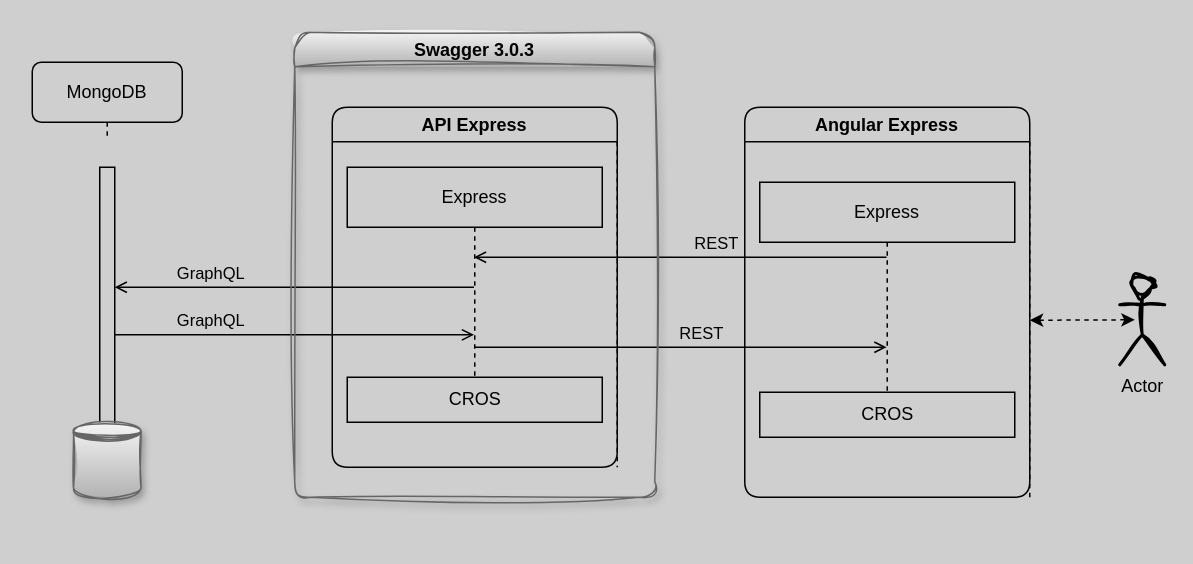
The draw.io diagram assets/architecture.drawio in karol-preiskorn/3d-inventory-api, before the edit. Source tidied: cells renumbered, new cells numbered last; positions are measured from the earlier drawing's top-left corner, leaving out a move shared by most shapes. Both pictures are drawn from the tidied source at 150%, with x=0, y=0 at pixel (32, 32).
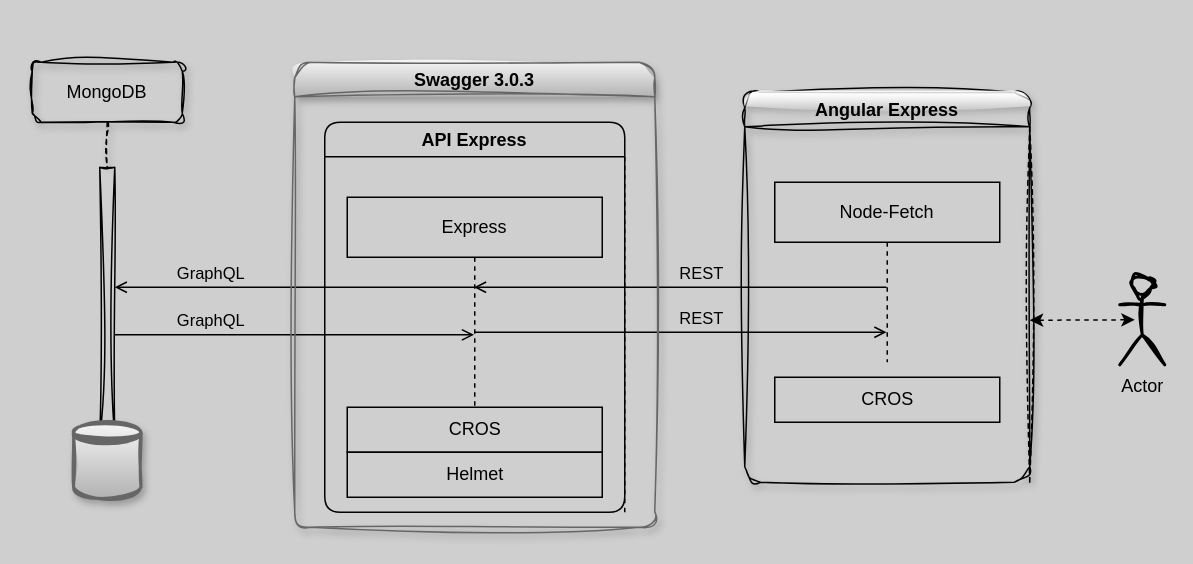
The same diagram, later.

The change refers to these unchanged cells:
```xml
<mxCell id="19" value="Express" style="shape=umlLifeline;perimeter=lifelinePerimeter;whiteSpace=wrap;html=1;outlineConnect=0;portConstraint=eastwest;newEdgeStyle={&quot;edgeStyle&quot;:&quot;elbowEdgeStyle&quot;,&quot;elbow&quot;:&quot;vertical&quot;,&quot;curved&quot;:0,&quot;rounded&quot;:0};labelBorderColor=none;labelBackgroundColor=none;fontColor=#000000;strokeColor=#000000;fillColor=none;" parent="18" vertex="1">
  <mxGeometry x="35" y="90" width="170" height="140" as="geometry" />
</mxCell>
```

Change to the diagram source:
```diff
@@
-    <mxCell id="2" value="&lt;div&gt;MongoDB&lt;/div&gt;" style="shape=umlLifeline;perimeter=lifelinePerimeter;whiteSpace=wrap;html=1;newEdgeStyle={&quot;edgeStyle&quot;:&quot;elbowEdgeStyle&quot;,&quot;elbow&quot;:&quot;vertical&quot;,&quot;curved&quot;:0,&quot;rounded&quot;:0};labelBorderColor=none;labelBackgroundColor=none;fontColor=#000000;rounded=1;fillStyle=solid;fillColor=none;strokeColor=#000000;" parent="1" vertex="1">
-      <mxGeometry y="20" width="100" height="50" as="geometry" />
+    <mxCell id="2" value="&lt;div&gt;MongoDB&lt;/div&gt;" style="shape=umlLifeline;perimeter=lifelinePerimeter;whiteSpace=wrap;html=1;newEdgeStyle={&quot;edgeStyle&quot;:&quot;elbowEdgeStyle&quot;,&quot;elbow&quot;:&quot;vertical&quot;,&quot;curved&quot;:0,&quot;rounded&quot;:0};labelBorderColor=none;labelBackgroundColor=none;fontColor=#000000;rounded=1;fillStyle=solid;fillColor=none;strokeColor=#000000;glass=1;sketch=1;curveFitting=1;jiggle=2;shadow=1;" parent="1" vertex="1">
+      <mxGeometry y="20" width="100" height="70" as="geometry" />
     </mxCell>
-    <mxCell id="3" style="html=1;points=[];perimeter=orthogonalPerimeter;outlineConnect=0;targetShapes=umlLifeline;portConstraint=eastwest;newEdgeStyle={&quot;edgeStyle&quot;:&quot;elbowEdgeStyle&quot;,&quot;elbow&quot;:&quot;vertical&quot;,&quot;curved&quot;:0,&quot;rounded&quot;:0};labelBorderColor=none;labelBackgroundColor=none;fontColor=#000000;fillColor=none;strokeColor=#000000;" parent="2" vertex="1">
+    <mxCell id="3" style="html=1;points=[];perimeter=orthogonalPerimeter;outlineConnect=0;targetShapes=umlLifeline;portConstraint=eastwest;newEdgeStyle={&quot;edgeStyle&quot;:&quot;elbowEdgeStyle&quot;,&quot;elbow&quot;:&quot;vertical&quot;,&quot;curved&quot;:0,&quot;rounded&quot;:0};labelBorderColor=none;labelBackgroundColor=none;fontColor=#000000;fillColor=none;strokeColor=#000000;strokeWidth=1;rounded=0;glass=0;sketch=1;curveFitting=1;jiggle=2;" parent="2" vertex="1">
       <mxGeometry x="45" y="70" width="10" height="180" as="geometry" />
     </mxCell>
     <mxCell id="4" value="API Express" style="swimlane;whiteSpace=wrap;html=1;rounded=1;shadow=0;labelBorderColor=none;labelBackgroundColor=none;fontColor=#000000;separatorColor=#000000;fillColor=none;strokeColor=#030303;" parent="1" vertex="1">
-      <mxGeometry x="200" y="50" width="190" height="240" as="geometry" />
+      <mxGeometry x="195" y="60" width="200" height="260" as="geometry" />
     </mxCell>
@@
-    <mxCell id="10" style="endArrow=none;html=1;endFill=0;curved=1;shadow=0;startArrow=open;startFill=0;strokeColor=#000000;strokeWidth=1;labelBorderColor=none;labelBackgroundColor=none;fontColor=#000000;" parent="1" edge="1" source="19">
+    <mxCell id="10" style="endArrow=none;html=1;endFill=0;curved=1;shadow=0;startArrow=open;startFill=0;strokeColor=#000000;strokeWidth=1;labelBorderColor=none;labelBackgroundColor=none;fontColor=#000000;" parent="1" edge="1" source="19" target="16">
       <mxGeometry relative="1" as="geometry">
-        <mxPoint x="569.5" y="150" as="targetPoint" />
         <Array as="points">
-          <mxPoint x="459" y="150" />
+          <mxPoint x="435" y="170" />
+          <mxPoint x="525" y="170" />
         </Array>
       </mxGeometry>
     </mxCell>
     <mxCell id="11" value="REST" style="edgeLabel;html=1;align=center;verticalAlign=middle;labelBorderColor=none;labelBackgroundColor=none;fontColor=#000000;" parent="10" vertex="1">
       <mxGeometry x="-0.61" y="2" relative="1" as="geometry">
-        <mxPoint x="107" y="-8" as="offset" />
+        <mxPoint x="97" y="-8" as="offset" />
       </mxGeometry>
     </mxCell>
-    <mxCell id="12" style="endArrow=open;html=1;endFill=0;shadow=0;startArrow=none;startFill=0;strokeColor=#000000;strokeWidth=1;rounded=0;labelBorderColor=none;labelBackgroundColor=none;fontColor=#000000;" parent="1" edge="1" source="19">
+    <mxCell id="12" style="endArrow=open;html=1;endFill=0;shadow=0;startArrow=none;startFill=0;strokeColor=#000000;strokeWidth=1;rounded=0;labelBorderColor=none;labelBackgroundColor=none;fontColor=#000000;" parent="1" edge="1" source="19" target="16">
       <mxGeometry relative="1" as="geometry">
-        <mxPoint x="569.5" y="210" as="targetPoint" />
         <Array as="points">
-          <mxPoint x="465" y="210" />
+          <mxPoint x="425" y="200" />
+          <mxPoint x="515" y="200" />
         </Array>
       </mxGeometry>
     </mxCell>
@@
-    <mxCell id="15" value="Angular Express" style="swimlane;whiteSpace=wrap;html=1;rounded=1;shadow=0;labelBorderColor=none;labelBackgroundColor=none;fontColor=#000000;separatorColor=#000000;fillColor=none;strokeColor=#030303;" parent="1" vertex="1">
-      <mxGeometry x="475" y="50" width="190" height="260" as="geometry" />
+    <mxCell id="15" value="Angular Express" style="swimlane;whiteSpace=wrap;html=1;rounded=1;shadow=1;labelBorderColor=none;labelBackgroundColor=none;fontColor=#000000;separatorColor=#000000;fillColor=none;strokeColor=#030303;sketch=1;curveFitting=1;jiggle=2;glass=1;" parent="1" vertex="1">
+      <mxGeometry x="475" y="40" width="190" height="260" as="geometry" />
     </mxCell>
-    <mxCell id="16" value="Express" style="shape=umlLifeline;perimeter=lifelinePerimeter;whiteSpace=wrap;html=1;outlineConnect=0;portConstraint=eastwest;newEdgeStyle={&quot;edgeStyle&quot;:&quot;elbowEdgeStyle&quot;,&quot;elbow&quot;:&quot;vertical&quot;,&quot;curved&quot;:0,&quot;rounded&quot;:0};labelBorderColor=none;labelBackgroundColor=none;fontColor=#000000;strokeColor=#000000;fillColor=none;" parent="15" vertex="1">
-      <mxGeometry x="10" y="50" width="170" height="140" as="geometry" />
+    <mxCell id="16" value="Node-Fetch" style="shape=umlLifeline;perimeter=lifelinePerimeter;whiteSpace=wrap;html=1;outlineConnect=0;portConstraint=eastwest;newEdgeStyle={&quot;edgeStyle&quot;:&quot;elbowEdgeStyle&quot;,&quot;elbow&quot;:&quot;vertical&quot;,&quot;curved&quot;:0,&quot;rounded&quot;:0};labelBorderColor=none;labelBackgroundColor=none;fontColor=#000000;strokeColor=#000000;fillColor=none;" parent="15" vertex="1">
+      <mxGeometry x="20" y="60" width="150" height="120" as="geometry" />
     </mxCell>
-    <mxCell id="17" value="CROS" style="html=1;perimeter=orthogonalPerimeter;targetShapes=umlLifeline;newEdgeStyle={&quot;edgeStyle&quot;:&quot;elbowEdgeStyle&quot;,&quot;elbow&quot;:&quot;vertical&quot;,&quot;curved&quot;:0,&quot;rounded&quot;:0};labelBorderColor=none;labelBackgroundColor=none;fontColor=#000000;fillStyle=solid;strokeColor=#000000;fillColor=none;" parent="16" vertex="1">
-      <mxGeometry y="140" width="170" height="30" as="geometry" />
+    <mxCell id="17" value="CROS" style="html=1;perimeter=orthogonalPerimeter;targetShapes=umlLifeline;newEdgeStyle={&quot;edgeStyle&quot;:&quot;elbowEdgeStyle&quot;,&quot;elbow&quot;:&quot;vertical&quot;,&quot;curved&quot;:0,&quot;rounded&quot;:0};labelBorderColor=none;labelBackgroundColor=none;fontColor=#000000;fillStyle=solid;strokeColor=#000000;fillColor=none;" parent="15" vertex="1">
+      <mxGeometry x="20" y="190" width="150" height="30" as="geometry" />
     </mxCell>
     <mxCell id="18" value="&lt;font color=&quot;#000000&quot;&gt;Swagger 3.0.3&lt;/font&gt;" style="swimlane;whiteSpace=wrap;html=1;fillColor=#f5f5f5;strokeColor=#666666;rounded=1;sketch=1;curveFitting=1;jiggle=2;shadow=1;glass=0;swimlaneFillColor=none;gradientColor=#b3b3b3;" parent="1" vertex="1">
-      <mxGeometry x="175" width="240" height="310" as="geometry" />
+      <mxGeometry x="175" y="20" width="240" height="310" as="geometry" />
     </mxCell>
@@
+    <mxCell id="22" value="Helmet" style="html=1;perimeter=orthogonalPerimeter;targetShapes=umlLifeline;newEdgeStyle={&quot;edgeStyle&quot;:&quot;elbowEdgeStyle&quot;,&quot;elbow&quot;:&quot;vertical&quot;,&quot;curved&quot;:0,&quot;rounded&quot;:0};labelBorderColor=none;labelBackgroundColor=none;fontColor=#000000;fillStyle=solid;strokeColor=#000000;fillColor=none;" parent="18" vertex="1">
+      <mxGeometry x="35" y="260" width="170" height="30" as="geometry" />
+    </mxCell>
-    <mxCell id="21" style="shape=datastore;whiteSpace=wrap;html=1;sketch=1;curveFitting=1;jiggle=2;shadow=1;fillColor=#f5f5f5;gradientColor=#b3b3b3;strokeColor=#666666;" parent="1" vertex="1">
+    <mxCell id="21" style="shape=datastore;whiteSpace=wrap;html=1;sketch=1;curveFitting=1;jiggle=2;shadow=1;fillColor=#f5f5f5;gradientColor=#b3b3b3;strokeColor=#666666;strokeWidth=2;" parent="1" vertex="1">
       <mxGeometry x="27.5" y="260" width="45" height="50" as="geometry" />
     </mxCell>
```
